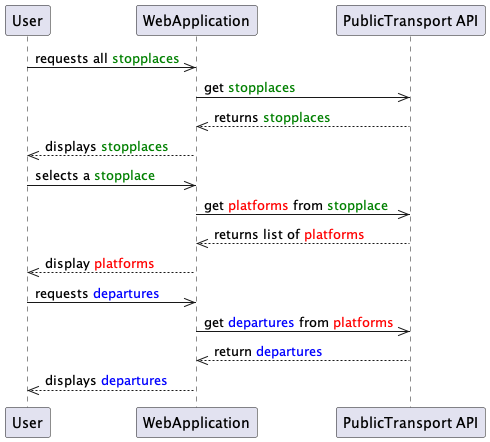
PeterJakobs1/kolombus-internprosjekt keeps this PlantUML diagram as out/kolombusSeq/kolombusSeq.png. Above is the earlier version.
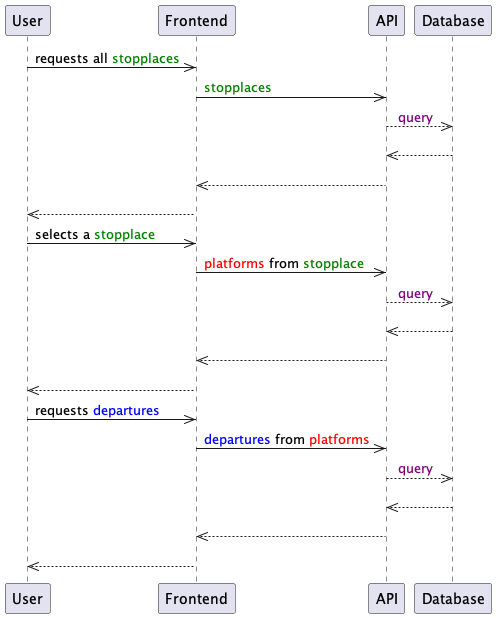
The same diagram one commit later.

The edit, as a diff of the source:
```diff
@@ -1,22 +1,30 @@
 @startuml
 
 participant User
-participant WebApplication
-participant "PublicTransport API" as PublicTransportAPI
+participant Frontend
+participant API
+participant Database
 
-User ->> WebApplication: requests all <font color=green>stopplaces</font>
-WebApplication ->> PublicTransportAPI: get <font color=green>stopplaces</font>
-PublicTransportAPI -->> WebApplication: returns <font color=green>stopplaces</font>
-WebApplication -->> User: displays <font color=green>stopplaces</font>
+User ->> Frontend: requests all <font color=green>stopplaces</font>
+Frontend ->> API:   <font color=green>stopplaces</font>
+API -->> Database:  <font color=purple> query</font>
+Database -->> API: <font color=green></font>
+API -->> Frontend: <font color=green></font>
+Frontend -->> User: <font color=green></font>
 
-User ->> WebApplication: selects a <font color=green>stopplace</font>
-WebApplication ->> PublicTransportAPI: get <font color=red>platforms</font> from <font color=green>stopplace</font>
-PublicTransportAPI -->> WebApplication: returns list of <font color=red>platforms</font>
-WebApplication -->> User: display <font color=red>platforms</font>
 
-User ->> WebApplication: requests <font color=blue>departures</font>
-WebApplication ->> PublicTransportAPI: get <font color=blue>departures</font> from <font color=red>platforms</font>
-PublicTransportAPI -->> WebApplication: return <font color=blue>departures</font>
-WebApplication -->> User: displays <font color=blue>departures</font>
+User ->> Frontend: selects a <font color=green>stopplace</font>
+Frontend ->> API:   <font color=red>platforms</font> from <font color=green>stopplace</font>
+API -->> Database:   <font color=purple> query</font>
+Database -->> API: <font color=green></font>
+API -->> Frontend: <font color=red></font>
+Frontend -->> User:  <font color=red></font>
+
+User ->> Frontend: requests <font color=blue>departures</font>
+Frontend ->> API:   <font color=blue>departures</font> from <font color=red>platforms</font>
+API -->> Database:   <font color=purple> query</font>
+Database -->> API: <font color=green></font>
+API -->> Frontend: <font color=blue></font>
+Frontend -->> User: <font color=blue></font>
 
 @enduml
```
